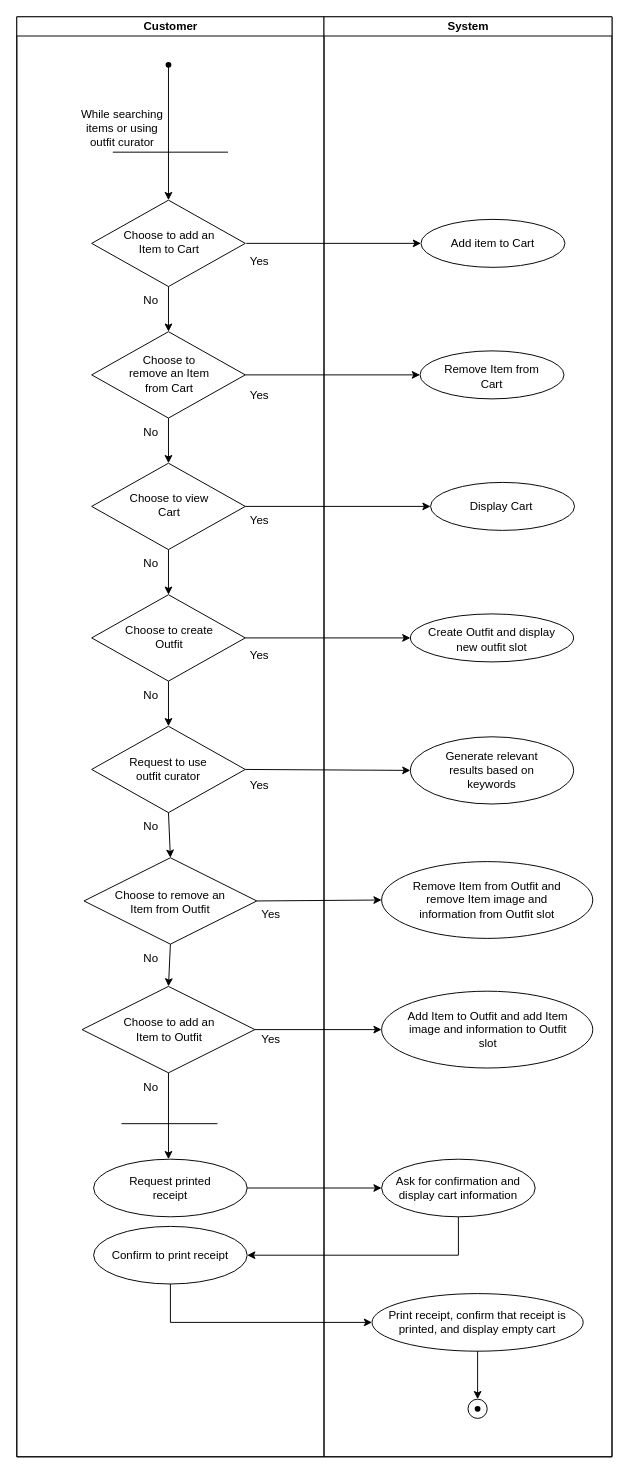
The draw.io diagram GroupAssignment2_Activity.drawio in CS3560-02-6-A/MallKioskSystem, before the edit. Source tidied: cells renumbered, new cells numbered last; positions are measured from the earlier drawing's top-left corner, leaving out a move shared by most shapes. Both pictures are drawn from the tidied source at 96%, with x=0, y=0 at pixel (16, 16).
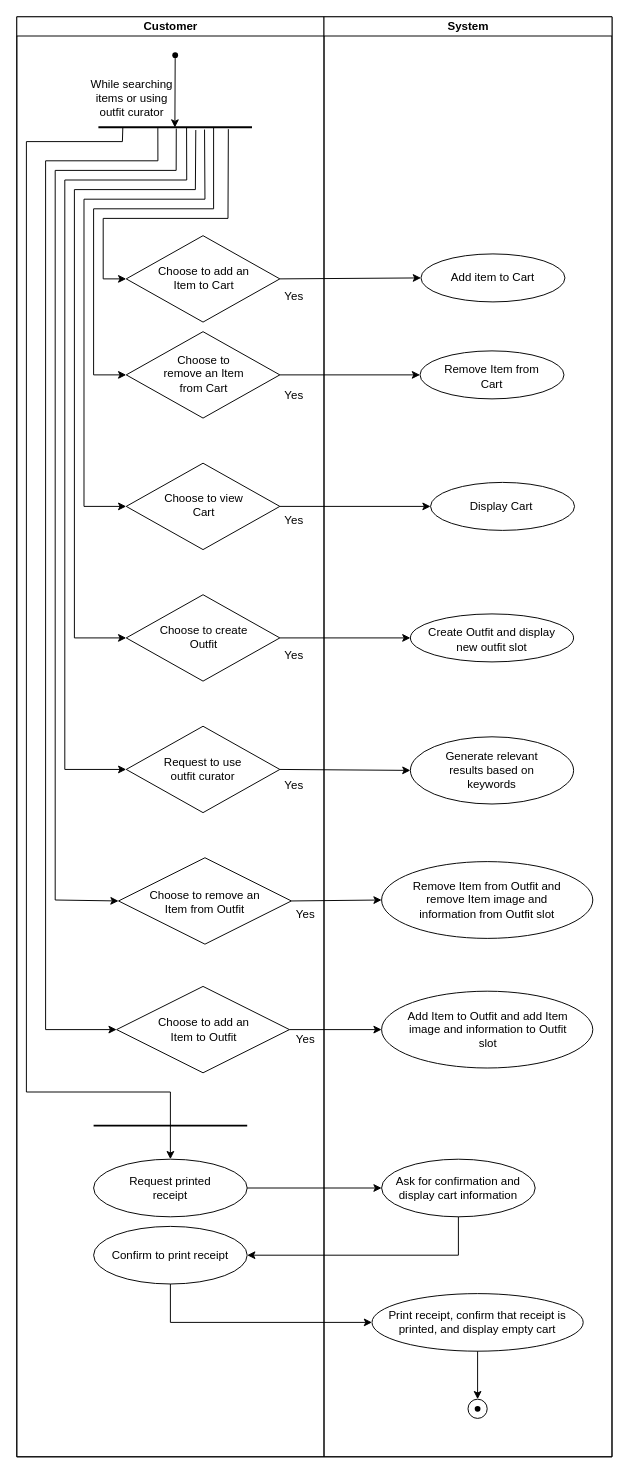
After the change.

Unchanged cells that the change refers to:
```xml
<mxCell id="2" style="swimlane;startSize=0;html=1;" parent="1" vertex="1">
  <mxGeometry width="620" height="1500" as="geometry" />
</mxCell>
<mxCell id="3" value="Customer" style="swimlane;startSize=20;html=1;" parent="2" vertex="1">
  <mxGeometry width="320" height="1500" as="geometry" />
</mxCell>
<mxCell id="41" style="ellipse;whiteSpace=wrap;html=1;" parent="3" vertex="1">
  <mxGeometry x="80" y="1190" width="160" height="60" as="geometry" />
</mxCell>
<mxCell id="44" value="System" style="swimlane;startSize=20;html=1;" parent="2" vertex="1">
  <mxGeometry x="320" width="300" height="1500" as="geometry" />
</mxCell>
```

The edit, as a diff of the source:
```diff
@@
     <mxCell id="4" value="While searching items or using outfit curator" style="text;html=1;whiteSpace=wrap;strokeColor=none;fillColor=none;align=center;verticalAlign=middle;rounded=0;" parent="3" vertex="1">
-      <mxGeometry x="60" y="91" width="100" height="50" as="geometry" />
+      <mxGeometry x="70" y="60" width="100" height="50" as="geometry" />
     </mxCell>
-    <mxCell id="5" style="endArrow=none;html=1;rounded=0;" parent="3" edge="1">
-      <mxGeometry relative="1" as="geometry">
-        <mxPoint x="100" y="141" as="sourcePoint" />
-        <mxPoint x="220" y="141" as="targetPoint" />
-      </mxGeometry>
-    </mxCell>
     <mxCell id="6" style="rhombus;whiteSpace=wrap;html=1;" parent="3" vertex="1">
-      <mxGeometry x="78" y="191" width="160" height="90" as="geometry" />
+      <mxGeometry x="114" y="228" width="160" height="90" as="geometry" />
     </mxCell>
     <mxCell id="7" value="Choose to add an Item to Cart" style="text;html=1;whiteSpace=wrap;strokeColor=none;fillColor=none;align=center;verticalAlign=middle;rounded=0;" parent="3" vertex="1">
-      <mxGeometry x="109" y="215" width="100" height="40" as="geometry" />
+      <mxGeometry x="145" y="252" width="100" height="40" as="geometry" />
     </mxCell>
     <mxCell id="8" style="rhombus;whiteSpace=wrap;html=1;" parent="3" vertex="1">
-      <mxGeometry x="78" y="328" width="160" height="90" as="geometry" />
+      <mxGeometry x="114" y="328" width="160" height="90" as="geometry" />
     </mxCell>
     <mxCell id="9" value="Choose to remove an Item from Cart" style="text;html=1;whiteSpace=wrap;strokeColor=none;fillColor=none;align=center;verticalAlign=middle;rounded=0;" parent="3" vertex="1">
-      <mxGeometry x="109" y="352" width="100" height="40" as="geometry" />
+      <mxGeometry x="145" y="352" width="100" height="40" as="geometry" />
     </mxCell>
-    <mxCell id="10" style="endArrow=classic;html=1;rounded=0;exitX=0.5;exitY=1;exitDx=0;exitDy=0;entryX=0.5;entryY=0;entryDx=0;entryDy=0;" parent="3" edge="1" source="6" target="8">
-      <mxGeometry relative="1" as="geometry" />
+    <mxCell id="10" style="endArrow=classic;html=1;rounded=0;entryX=0;entryY=0.5;entryDx=0;entryDy=0;exitX=0.846;exitY=0.701;exitDx=0;exitDy=0;exitPerimeter=0;" parent="3" edge="1" source="79" target="6">
+      <mxGeometry relative="1" as="geometry">
+        <Array as="points">
+          <mxPoint x="220" y="210" />
+          <mxPoint x="90" y="210" />
+          <mxPoint x="90" y="273" />
+        </Array>
+      </mxGeometry>
     </mxCell>
-    <mxCell id="11" value="No" style="text;html=1;whiteSpace=wrap;strokeColor=none;fillColor=none;align=center;verticalAlign=middle;rounded=0;" parent="3" vertex="1">
-      <mxGeometry x="120" y="281" width="40" height="30" as="geometry" />
-    </mxCell>
     <mxCell id="12" value="Yes" style="text;html=1;whiteSpace=wrap;strokeColor=none;fillColor=none;align=center;verticalAlign=middle;rounded=0;" parent="3" vertex="1">
-      <mxGeometry x="238" y="240" width="30" height="30" as="geometry" />
+      <mxGeometry x="274" y="277" width="30" height="30" as="geometry" />
     </mxCell>
     <mxCell id="13" style="rhombus;whiteSpace=wrap;html=1;" parent="3" vertex="1">
-      <mxGeometry x="78" y="465" width="160" height="90" as="geometry" />
+      <mxGeometry x="114" y="465" width="160" height="90" as="geometry" />
     </mxCell>
     <mxCell id="14" value="Choose to view Cart" style="text;html=1;whiteSpace=wrap;strokeColor=none;fillColor=none;align=center;verticalAlign=middle;rounded=0;" parent="3" vertex="1">
-      <mxGeometry x="109" y="489" width="100" height="40" as="geometry" />
+      <mxGeometry x="145" y="489" width="100" height="40" as="geometry" />
     </mxCell>
-    <mxCell id="15" style="endArrow=classic;html=1;rounded=0;exitX=0.5;exitY=1;exitDx=0;exitDy=0;entryX=0.5;entryY=0;entryDx=0;entryDy=0;" parent="3" edge="1" target="13">
+    <mxCell id="15" style="endArrow=classic;html=1;rounded=0;entryX=0;entryY=0.5;entryDx=0;entryDy=0;exitX=0.75;exitY=0.5;exitDx=0;exitDy=0;exitPerimeter=0;" parent="3" edge="1" source="79" target="8">
       <mxGeometry relative="1" as="geometry">
-        <mxPoint x="158" y="418" as="sourcePoint" />
+        <Array as="points">
+          <mxPoint x="205" y="200" />
+          <mxPoint x="80" y="200" />
+          <mxPoint x="80" y="373" />
+        </Array>
       </mxGeometry>
     </mxCell>
-    <mxCell id="16" value="No" style="text;html=1;whiteSpace=wrap;strokeColor=none;fillColor=none;align=center;verticalAlign=middle;rounded=0;" parent="3" vertex="1">
-      <mxGeometry x="120" y="418" width="40" height="30" as="geometry" />
-    </mxCell>
     <mxCell id="17" style="rhombus;whiteSpace=wrap;html=1;" parent="3" vertex="1">
-      <mxGeometry x="78" y="602" width="160" height="90" as="geometry" />
+      <mxGeometry x="114" y="602" width="160" height="90" as="geometry" />
     </mxCell>
     <mxCell id="18" value="Choose to create Outfit" style="text;html=1;whiteSpace=wrap;strokeColor=none;fillColor=none;align=center;verticalAlign=middle;rounded=0;" parent="3" vertex="1">
-      <mxGeometry x="109" y="626" width="100" height="40" as="geometry" />
+      <mxGeometry x="145" y="626" width="100" height="40" as="geometry" />
     </mxCell>
-    <mxCell id="19" style="endArrow=classic;html=1;rounded=0;exitX=0.5;exitY=1;exitDx=0;exitDy=0;entryX=0.5;entryY=0;entryDx=0;entryDy=0;" parent="3" edge="1" target="17">
-      <mxGeometry relative="1" as="geometry">
-        <mxPoint x="158" y="555" as="sourcePoint" />
-      </mxGeometry>
-    </mxCell>
-    <mxCell id="20" value="No" style="text;html=1;whiteSpace=wrap;strokeColor=none;fillColor=none;align=center;verticalAlign=middle;rounded=0;" parent="3" vertex="1">
-      <mxGeometry x="120" y="555" width="40" height="30" as="geometry" />
-    </mxCell>
     <mxCell id="21" style="rhombus;whiteSpace=wrap;html=1;" parent="3" vertex="1">
-      <mxGeometry x="78" y="739" width="160" height="90" as="geometry" />
+      <mxGeometry x="114" y="739" width="160" height="90" as="geometry" />
     </mxCell>
-    <mxCell id="22" style="endArrow=classic;html=1;rounded=0;exitX=0.5;exitY=1;exitDx=0;exitDy=0;entryX=0.5;entryY=0;entryDx=0;entryDy=0;" parent="3" edge="1" target="21">
-      <mxGeometry relative="1" as="geometry">
-        <mxPoint x="158" y="692" as="sourcePoint" />
-      </mxGeometry>
-    </mxCell>
-    <mxCell id="23" value="No" style="text;html=1;whiteSpace=wrap;strokeColor=none;fillColor=none;align=center;verticalAlign=middle;rounded=0;" parent="3" vertex="1">
-      <mxGeometry x="120" y="692" width="40" height="30" as="geometry" />
-    </mxCell>
     <mxCell id="24" style="rhombus;whiteSpace=wrap;html=1;" parent="3" vertex="1">
-      <mxGeometry x="70" y="876" width="180" height="90" as="geometry" />
+      <mxGeometry x="106" y="876" width="180" height="90" as="geometry" />
     </mxCell>
     <mxCell id="25" value="Choose to remove an Item from Outfit" style="text;html=1;whiteSpace=wrap;strokeColor=none;fillColor=none;align=center;verticalAlign=middle;rounded=0;" parent="3" vertex="1">
-      <mxGeometry x="100" y="902" width="120" height="40" as="geometry" />
+      <mxGeometry x="136" y="902" width="120" height="40" as="geometry" />
     </mxCell>
-    <mxCell id="26" style="endArrow=classic;html=1;rounded=0;exitX=0.5;exitY=1;exitDx=0;exitDy=0;entryX=0.5;entryY=0;entryDx=0;entryDy=0;" parent="3" edge="1" target="24">
-      <mxGeometry relative="1" as="geometry">
-        <mxPoint x="158" y="829" as="sourcePoint" />
-      </mxGeometry>
-    </mxCell>
-    <mxCell id="27" value="No" style="text;html=1;whiteSpace=wrap;strokeColor=none;fillColor=none;align=center;verticalAlign=middle;rounded=0;" parent="3" vertex="1">
-      <mxGeometry x="120" y="829" width="40" height="30" as="geometry" />
-    </mxCell>
-    <mxCell id="28" style="endArrow=classic;html=1;rounded=0;entryX=0.5;entryY=0;entryDx=0;entryDy=0;exitX=0.5;exitY=1;exitDx=0;exitDy=0;" parent="3" edge="1" source="24" target="36">
-      <mxGeometry relative="1" as="geometry" />
-    </mxCell>
-    <mxCell id="29" value="No" style="text;html=1;whiteSpace=wrap;strokeColor=none;fillColor=none;align=center;verticalAlign=middle;rounded=0;" parent="3" vertex="1">
-      <mxGeometry x="120" y="966" width="40" height="30" as="geometry" />
-    </mxCell>
     <mxCell id="30" value="Yes" style="text;html=1;whiteSpace=wrap;strokeColor=none;fillColor=none;align=center;verticalAlign=middle;rounded=0;" parent="3" vertex="1">
-      <mxGeometry x="238" y="380" width="30" height="30" as="geometry" />
+      <mxGeometry x="274" y="380" width="30" height="30" as="geometry" />
     </mxCell>
     <mxCell id="31" value="Yes" style="text;html=1;whiteSpace=wrap;strokeColor=none;fillColor=none;align=center;verticalAlign=middle;rounded=0;" parent="3" vertex="1">
-      <mxGeometry x="238" y="650" width="30" height="30" as="geometry" />
+      <mxGeometry x="274" y="650" width="30" height="30" as="geometry" />
     </mxCell>
     <mxCell id="32" value="Yes" style="text;html=1;whiteSpace=wrap;strokeColor=none;fillColor=none;align=center;verticalAlign=middle;rounded=0;" parent="3" vertex="1">
-      <mxGeometry x="238" y="786" width="30" height="30" as="geometry" />
+      <mxGeometry x="274" y="786" width="30" height="30" as="geometry" />
     </mxCell>
     <mxCell id="33" value="Yes" style="text;html=1;whiteSpace=wrap;strokeColor=none;fillColor=none;align=center;verticalAlign=middle;rounded=0;" parent="3" vertex="1">
-      <mxGeometry x="250" y="920" width="30" height="30" as="geometry" />
+      <mxGeometry x="286" y="920" width="30" height="30" as="geometry" />
     </mxCell>
     <mxCell id="34" value="Yes" style="text;html=1;whiteSpace=wrap;strokeColor=none;fillColor=none;align=center;verticalAlign=middle;rounded=0;" parent="3" vertex="1">
-      <mxGeometry x="238" y="510" width="30" height="30" as="geometry" />
+      <mxGeometry x="274" y="510" width="30" height="30" as="geometry" />
     </mxCell>
     <mxCell id="35" value="Request to use outfit curator" style="text;html=1;whiteSpace=wrap;strokeColor=none;fillColor=none;align=center;verticalAlign=middle;rounded=0;" parent="3" vertex="1">
-      <mxGeometry x="108" y="759" width="100" height="50" as="geometry" />
+      <mxGeometry x="144" y="759" width="100" height="50" as="geometry" />
     </mxCell>
     <mxCell id="36" style="rhombus;whiteSpace=wrap;html=1;" parent="3" vertex="1">
-      <mxGeometry x="68" y="1010" width="180" height="90" as="geometry" />
+      <mxGeometry x="104" y="1010" width="180" height="90" as="geometry" />
     </mxCell>
     <mxCell id="37" value="Choose to add an Item to Outfit" style="text;html=1;whiteSpace=wrap;strokeColor=none;fillColor=none;align=center;verticalAlign=middle;rounded=0;" parent="3" vertex="1">
-      <mxGeometry x="99" y="1035" width="120" height="40" as="geometry" />
+      <mxGeometry x="135" y="1035" width="120" height="40" as="geometry" />
     </mxCell>
     <mxCell id="38" value="Yes" style="text;html=1;whiteSpace=wrap;strokeColor=none;fillColor=none;align=center;verticalAlign=middle;rounded=0;" parent="3" vertex="1">
-      <mxGeometry x="250" y="1050" width="30" height="30" as="geometry" />
+      <mxGeometry x="286" y="1050" width="30" height="30" as="geometry" />
     </mxCell>
-    <mxCell id="39" value="No" style="text;html=1;whiteSpace=wrap;strokeColor=none;fillColor=none;align=center;verticalAlign=middle;rounded=0;" parent="3" vertex="1">
-      <mxGeometry x="120" y="1100" width="40" height="30" as="geometry" />
-    </mxCell>
-    <mxCell id="40" style="endArrow=none;html=1;rounded=0;" parent="3" edge="1">
-      <mxGeometry relative="1" as="geometry">
-        <mxPoint x="109" y="1153" as="sourcePoint" />
-        <mxPoint x="209" y="1153" as="targetPoint" />
-      </mxGeometry>
-    </mxCell>
@@
+    <mxCell id="74" style="shape=waypoint;sketch=0;fillStyle=solid;size=6;points=[];fillColor=none;perimeter=centerPerimeter;snapToPoint=1;" parent="3" vertex="1">
+      <mxGeometry x="155" y="30" width="20" height="20" as="geometry" />
+    </mxCell>
+    <mxCell id="78" style="line;strokeWidth=2;html=1;" parent="3" vertex="1">
+      <mxGeometry x="80" y="1150" width="160" height="10" as="geometry" />
+    </mxCell>
+    <mxCell id="79" style="line;strokeWidth=2;html=1;" parent="3" vertex="1">
+      <mxGeometry x="85" y="110" width="160" height="10" as="geometry" />
+    </mxCell>
+    <mxCell id="80" style="endArrow=classic;html=1;rounded=0;entryX=0.498;entryY=0.533;entryDx=0;entryDy=0;entryPerimeter=0;" parent="3" edge="1" source="74" target="79">
+      <mxGeometry relative="1" as="geometry" />
+    </mxCell>
+    <mxCell id="81" style="endArrow=classic;html=1;rounded=0;entryX=0;entryY=0.5;entryDx=0;entryDy=0;exitX=0.691;exitY=0.744;exitDx=0;exitDy=0;exitPerimeter=0;" parent="3" edge="1" source="79" target="13">
+      <mxGeometry relative="1" as="geometry">
+        <Array as="points">
+          <mxPoint x="196" y="190" />
+          <mxPoint x="70" y="190" />
+          <mxPoint x="70" y="510" />
+        </Array>
+      </mxGeometry>
+    </mxCell>
+    <mxCell id="82" style="endArrow=classic;html=1;rounded=0;entryX=0;entryY=0.5;entryDx=0;entryDy=0;exitX=0.634;exitY=0.795;exitDx=0;exitDy=0;exitPerimeter=0;" parent="3" edge="1" source="79" target="17">
+      <mxGeometry relative="1" as="geometry">
+        <Array as="points">
+          <mxPoint x="186" y="180" />
+          <mxPoint x="60" y="180" />
+          <mxPoint x="60" y="647" />
+        </Array>
+      </mxGeometry>
+    </mxCell>
+    <mxCell id="83" style="endArrow=classic;html=1;rounded=0;entryX=0;entryY=0.5;entryDx=0;entryDy=0;exitX=0.574;exitY=0.491;exitDx=0;exitDy=0;exitPerimeter=0;" parent="3" edge="1" source="79" target="21">
+      <mxGeometry relative="1" as="geometry">
+        <Array as="points">
+          <mxPoint x="177" y="170" />
+          <mxPoint x="50" y="170" />
+          <mxPoint x="50" y="784" />
+        </Array>
+      </mxGeometry>
+    </mxCell>
+    <mxCell id="84" style="endArrow=classic;html=1;rounded=0;entryX=0;entryY=0.5;entryDx=0;entryDy=0;exitX=0.507;exitY=0.643;exitDx=0;exitDy=0;exitPerimeter=0;" parent="3" edge="1" source="79" target="24">
+      <mxGeometry relative="1" as="geometry">
+        <Array as="points">
+          <mxPoint x="166" y="160" />
+          <mxPoint x="40" y="160" />
+          <mxPoint x="40" y="920" />
+        </Array>
+      </mxGeometry>
+    </mxCell>
+    <mxCell id="85" style="endArrow=classic;html=1;rounded=0;entryX=0;entryY=0.5;entryDx=0;entryDy=0;exitX=0.387;exitY=0.592;exitDx=0;exitDy=0;exitPerimeter=0;" parent="3" edge="1" source="79" target="36">
+      <mxGeometry relative="1" as="geometry">
+        <Array as="points">
+          <mxPoint x="147" y="150" />
+          <mxPoint x="30" y="150" />
+          <mxPoint x="30" y="1055" />
+        </Array>
+      </mxGeometry>
+    </mxCell>
+    <mxCell id="86" style="endArrow=classic;html=1;rounded=0;entryX=0.5;entryY=0;entryDx=0;entryDy=0;exitX=0.159;exitY=0.541;exitDx=0;exitDy=0;exitPerimeter=0;" parent="3" edge="1" source="79" target="41">
+      <mxGeometry relative="1" as="geometry">
+        <Array as="points">
+          <mxPoint x="110" y="130" />
+          <mxPoint x="10" y="130" />
+          <mxPoint x="10" y="1120" />
+          <mxPoint x="160" y="1120" />
+        </Array>
+      </mxGeometry>
+    </mxCell>
@@
     <mxCell id="45" style="ellipse;whiteSpace=wrap;html=1;" parent="44" vertex="1">
-      <mxGeometry x="101" y="211" width="150" height="50" as="geometry" />
+      <mxGeometry x="101" y="247" width="150" height="50" as="geometry" />
     </mxCell>
     <mxCell id="46" value="Add item to Cart" style="text;html=1;whiteSpace=wrap;strokeColor=none;fillColor=none;align=center;verticalAlign=middle;rounded=0;" parent="44" vertex="1">
-      <mxGeometry x="111" y="221" width="130" height="30" as="geometry" />
+      <mxGeometry x="111" y="257" width="130" height="30" as="geometry" />
     </mxCell>
@@
-    <mxCell id="72" style="endArrow=classic;html=1;rounded=0;entryX=0;entryY=0.5;entryDx=0;entryDy=0;" parent="1" edge="1" target="45">
-      <mxGeometry relative="1" as="geometry">
-        <mxPoint x="239" y="236" as="sourcePoint" />
-      </mxGeometry>
+    <mxCell id="72" style="endArrow=classic;html=1;rounded=0;entryX=0;entryY=0.5;entryDx=0;entryDy=0;exitX=1;exitY=0.5;exitDx=0;exitDy=0;" parent="2" edge="1" source="6" target="45">
+      <mxGeometry relative="1" as="geometry" />
     </mxCell>
-    <mxCell id="73" style="endArrow=none;html=1;rounded=0;" parent="1" edge="1" source="74">
-      <mxGeometry relative="1" as="geometry">
-        <mxPoint x="160" y="50" as="targetPoint" />
-      </mxGeometry>
-    </mxCell>
-    <mxCell id="74" style="shape=waypoint;sketch=0;fillStyle=solid;size=6;points=[];fillColor=none;perimeter=centerPerimeter;snapToPoint=1;" parent="1" vertex="1">
-      <mxGeometry x="148" y="40" width="20" height="20" as="geometry" />
-    </mxCell>
-    <mxCell id="75" style="endArrow=classic;html=1;rounded=0;exitX=0.463;exitY=0.976;exitDx=0;exitDy=0;exitPerimeter=0;entryX=0.5;entryY=0;entryDx=0;entryDy=0;" parent="1" edge="1" source="74" target="6">
-      <mxGeometry relative="1" as="geometry" />
-    </mxCell>
-    <mxCell id="76" style="endArrow=classic;html=1;rounded=0;exitX=0.5;exitY=1;exitDx=0;exitDy=0;" parent="1" edge="1" source="36">
-      <mxGeometry relative="1" as="geometry">
-        <mxPoint x="158" y="1190" as="targetPoint" />
-      </mxGeometry>
-    </mxCell>
```
